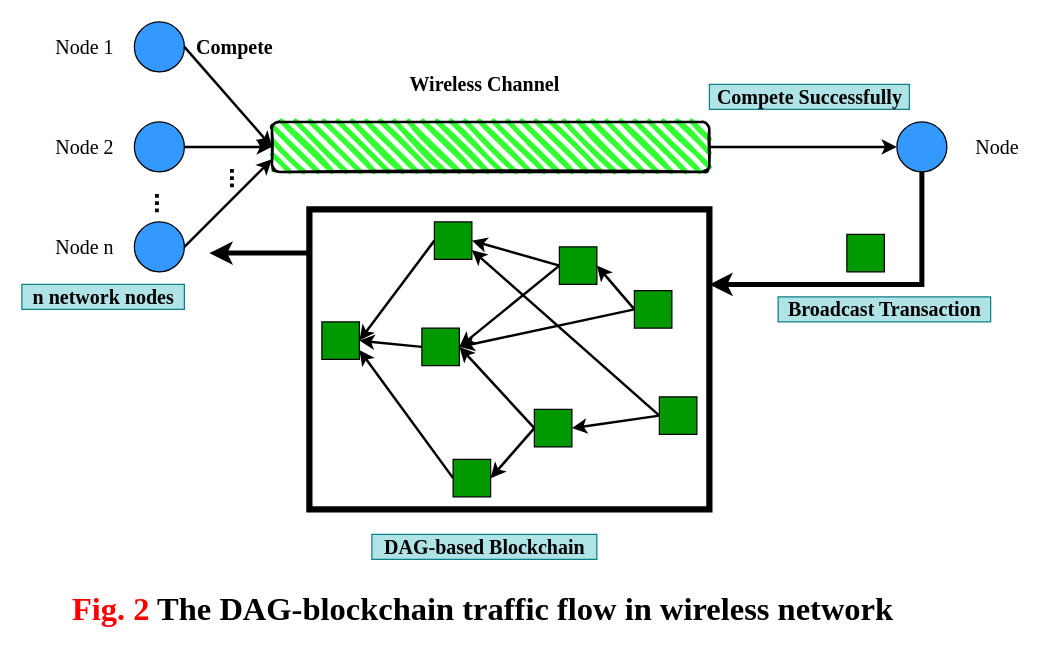
Before: page "DAG-based blockchain in wireless network" (2 of 3) of PHD Papers/Double_Spending Analysis of DAG_based Blockchain in Wireless Blockchain Network/pics/Consensus Process in Tangle.drawio in LiZhang2021/Blockchain, a draw.io diagram. Source tidied: cells renumbered, new cells numbered last; positions are measured from the earlier drawing's top-left corner, leaving out a move shared by most shapes. Both pictures are drawn from the tidied source at 125%, with x=0, y=0 at pixel (21, 21).
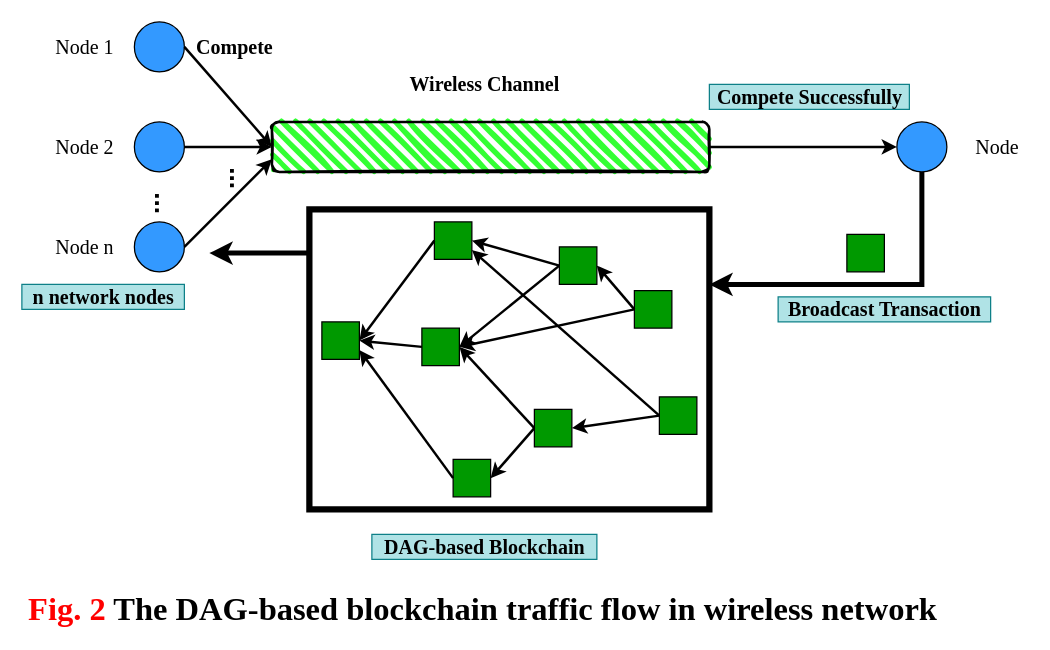
After the change.

What changed in the source:
```diff
@@
-    <mxCell id="17" value="&lt;b&gt;&lt;font style=&quot;font-size: 26px&quot;&gt;&lt;font color=&quot;#ff0000&quot;&gt;Fig. 2&lt;/font&gt; The DAG-blockchain traffic flow in wireless network&amp;nbsp;&amp;nbsp;&lt;/font&gt;&lt;/b&gt;" style="text;html=1;align=center;verticalAlign=middle;strokeColor=none;fillColor=none;fontSize=16;fontFamily=Times New Roman;fontColor=#000000;" parent="1" vertex="1">
-      <mxGeometry x="30" y="455" width="690" height="30" as="geometry" />
+    <mxCell id="17" value="&lt;b&gt;&lt;font style=&quot;font-size: 26px&quot;&gt;&lt;font color=&quot;#ff0000&quot;&gt;Fig. 2&lt;/font&gt; The DAG-based blockchain traffic flow in wireless network&amp;nbsp;&amp;nbsp;&lt;/font&gt;&lt;/b&gt;" style="text;html=1;align=center;verticalAlign=middle;strokeColor=none;fillColor=none;fontSize=16;fontFamily=Times New Roman;fontColor=#000000;" parent="1" vertex="1">
+      <mxGeometry y="457" width="750" height="26" as="geometry" />
     </mxCell>
```
